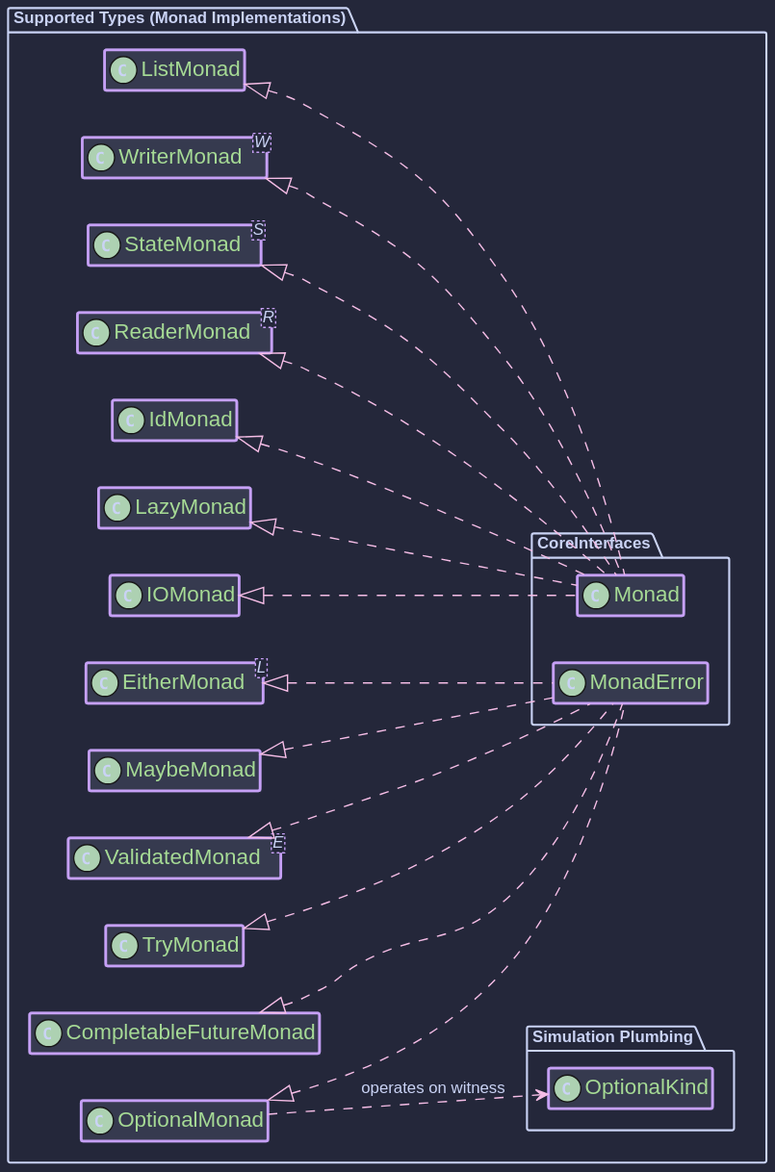
The PlantUML diagram hkj-book/src/images/puml/supported_types.svg in higher-kinded-j/higher-kinded-j, before a commit.
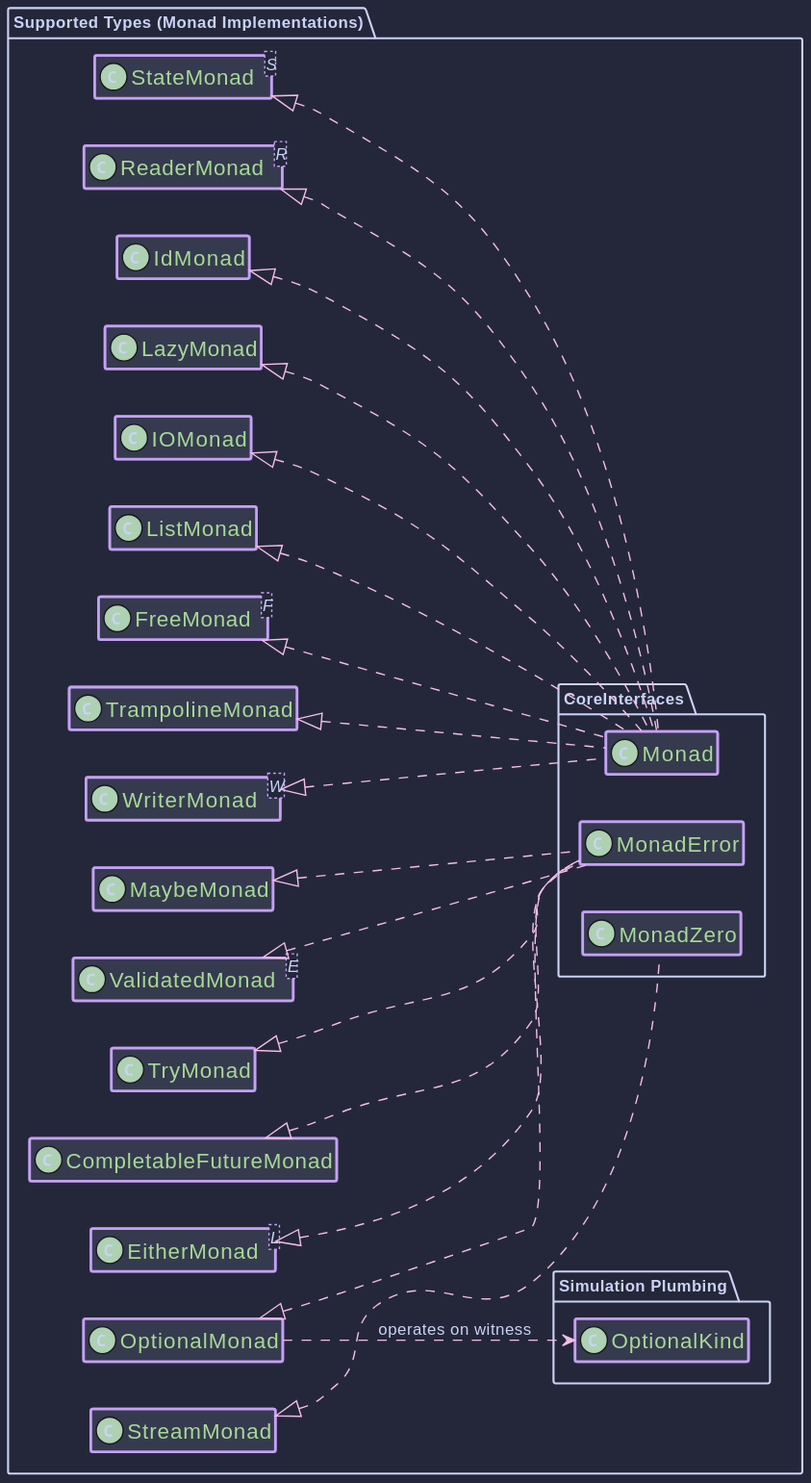
After the commit.

What changed in the source:
```diff
@@ -6,6 +6,7 @@
 
 package "Supported Types (Monad Implementations)" {
     class ListMonad
+    class StreamMonad
     class OptionalMonad
     class MaybeMonad
     class "EitherMonad<L>" as EitherMonad
@@ -18,8 +19,11 @@
     class "StateMonad<S>" as StateMonad
     class "WriterMonad<W>" as WriterMonad
     class "ValidatedMonad<E>" as ValidatedMonad
+    class TrampolineMonad
+    class "FreeMonad<F>" as FreeMonad
 
     ListMonad <|.. CoreInterfaces.Monad
+    StreamMonad <|.. CoreInterfaces.MonadZero
     OptionalMonad <|.. CoreInterfaces.MonadError
     MaybeMonad <|.. CoreInterfaces.MonadError
     EitherMonad <|.. CoreInterfaces.MonadError
@@ -32,7 +36,10 @@
     ReaderMonad <|.. CoreInterfaces.Monad
     StateMonad <|.. CoreInterfaces.Monad
     WriterMonad <|.. CoreInterfaces.Monad
+    TrampolineMonad <|.. CoreInterfaces.Monad
+    FreeMonad <|.. CoreInterfaces.Monad
 
     OptionalMonad ..> "Simulation Plumbing.OptionalKind" : operates on witness
 }
+
 @enduml
```
